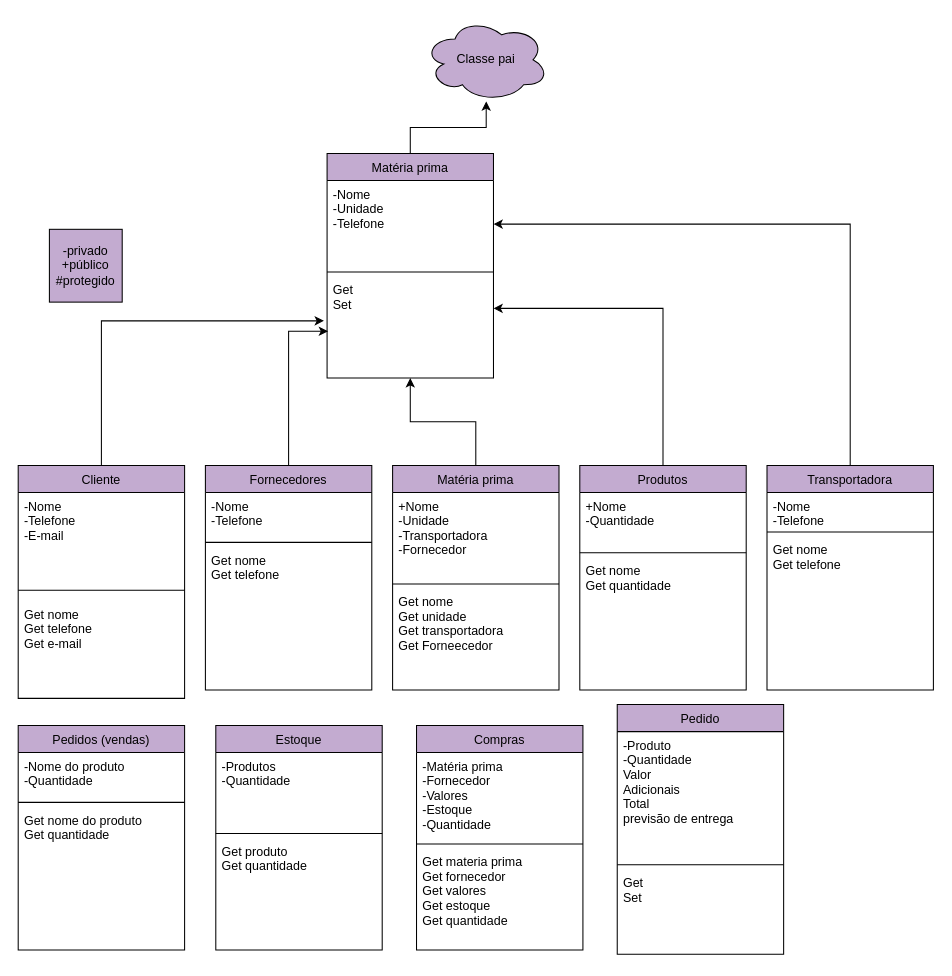
This is diagramadeclasses.drawio from Barrosmaria07/fluxograma, a draw.io file, before an edit. Source tidied: cells renumbered, new cells numbered last; positions are measured from the earlier drawing's top-left corner, leaving out a move shared by most shapes. Both pictures are drawn from the tidied source at 104%, with x=0, y=0 at pixel (18, 18).
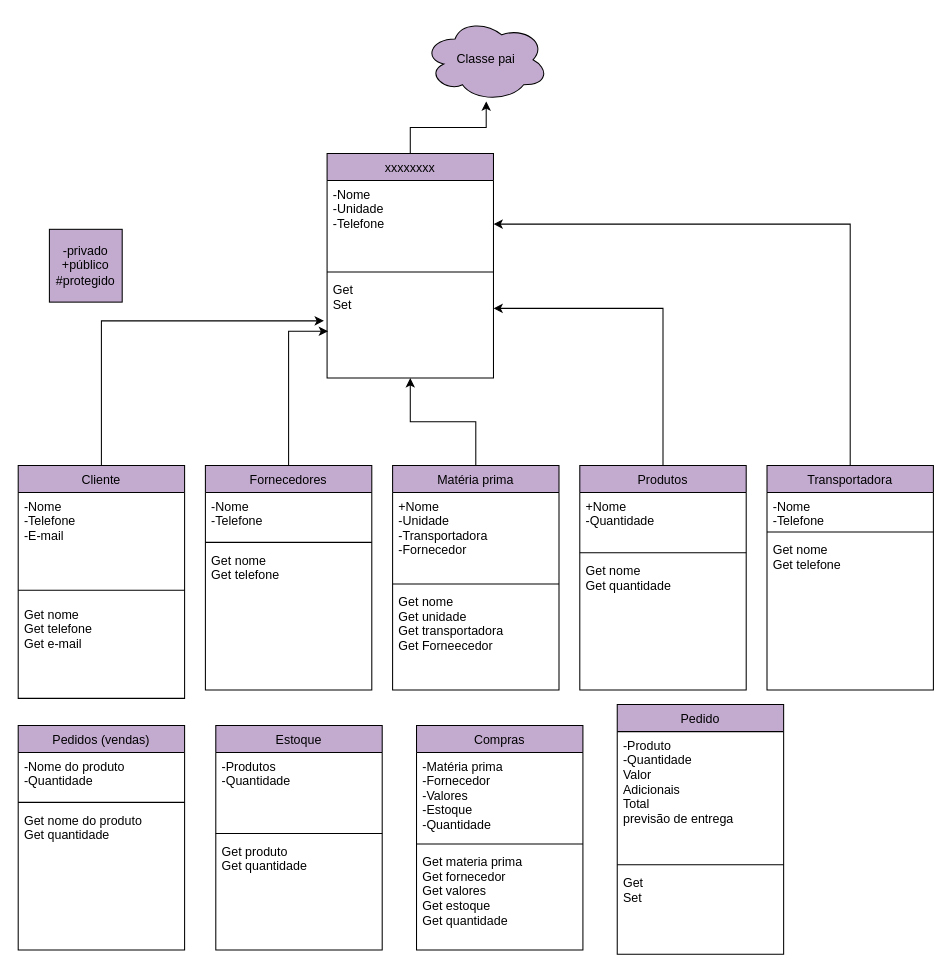
The same diagram, later.

Change to the diagram source:
```diff
@@
-    <mxCell id="41" value="Matéria prima" style="swimlane;fontStyle=0;align=center;verticalAlign=top;horizontal=1;startSize=26;rounded=0;shadow=0;strokeWidth=1;fillColor=#C3ABD0;" parent="1" vertex="1">
+    <mxCell id="41" value="xxxxxxxx" style="swimlane;fontStyle=0;align=center;verticalAlign=top;horizontal=1;startSize=26;rounded=0;shadow=0;strokeWidth=1;fillColor=#C3ABD0;" parent="1" vertex="1">
       <mxGeometry x="297" y="130" width="160" height="216" as="geometry" />
     </mxCell>
```
